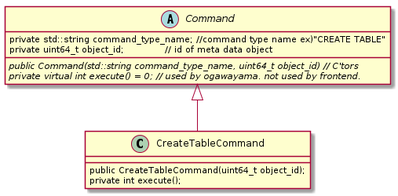
Earlier version of the PlantUML export docs/design/img/out/Command/Command.png (project-tsurugi/tsurugi_fdw).
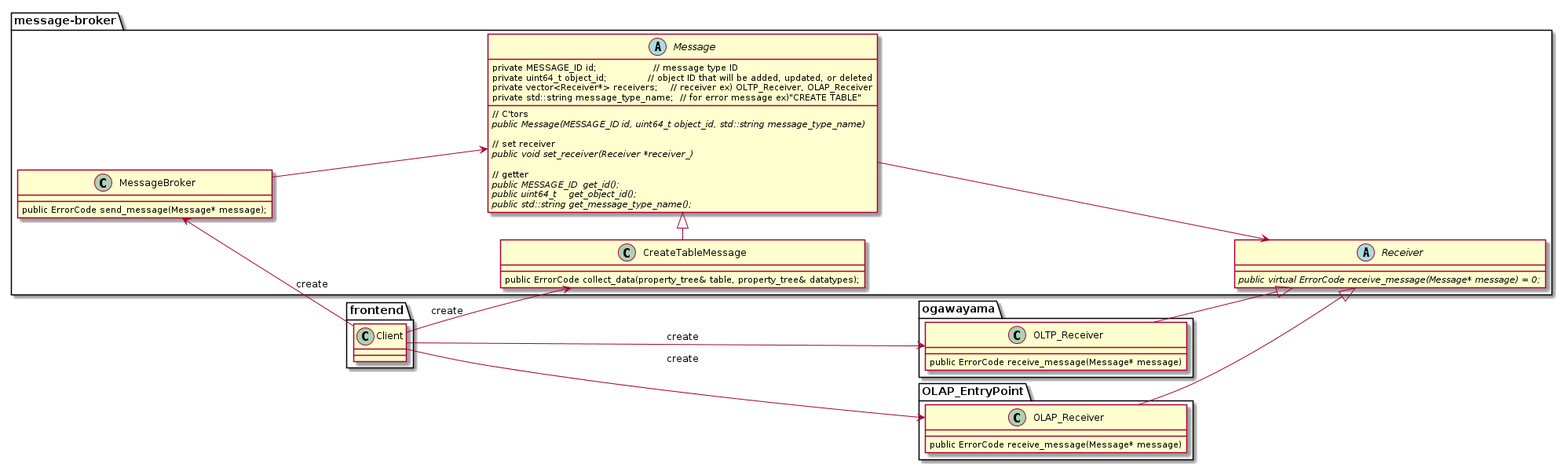
After the commit.

Diff of the diagram source:
```diff
@@ -1,18 +1,67 @@
 @startuml
+left to right direction
 
-Command <|-- CreateTableCommand
+package message-broker {
+  abstract class Receiver {
+    {abstract} public virtual ErrorCode receive_message(Message* message) = 0;
+  }
 
-abstract class Command{
-	{field} private std::string command_type_name; //command type name ex)"CREATE TABLE"
-	{field} private uint64_t object_id;             // id of meta data object
+  abstract class Message{
+  	{field} private MESSAGE_ID id;                  // message type ID
+  	{field} private uint64_t object_id;             // object ID that will be added, updated, or deleted
+  	{field} private vector<Receiver*> receivers;    // receiver ex) OLTP_Receiver, OLAP_Receiver
+  	{field} private std::string message_type_name;  // for error message ex)"CREATE TABLE"
+    {method}// C'tors
+  	{method}{abstract} public Message(MESSAGE_ID id, uint64_t object_id, std::string message_type_name)
+    {method}
+    {method}// set receiver
+  	{method}{abstract} public void set_receiver(Receiver *receiver_)
+    {method}
+    {method}// getter
+  	{method}{abstract} public MESSAGE_ID  get_id();
+  	{method}{abstract} public uint64_t    get_object_id();
+  	{method}{abstract} public std::string get_message_type_name();
+  }
 
-	{abstract} public Command(std::string command_type_name, uint64_t object_id) // C'tors
-    {abstract} private virtual int execute() = 0; // used by ogawayama. not used by frontend.
+  class CreateTableMessage {
+    public ErrorCode collect_data(property_tree& table, property_tree& datatypes);
+  }
+
+  class MessageBroker {
+    public ErrorCode send_message(Message* message);
+  }
 }
 
-class CreateTableCommand{
-	public CreateTableCommand(uint64_t object_id);
-    private int execute();
+package ogawayama {
+  class OLTP_Receiver {
+    public ErrorCode receive_message(Message* message)
+  }
 }
 
+package OLAP_EntryPoint {
+  class OLAP_Receiver {
+    public ErrorCode receive_message(Message* message)
+  }
+}
+
+package frontend {
+  class Client {
+  }
+
+}
+
+OLTP_Receiver --|> Receiver
+
+MessageBroker --> Message
+Message --> Receiver
+
+Message <|- CreateTableMessage
+
+Client --> CreateTableMessage : create
+Client --> OLTP_Receiver : create
+MessageBroker <-- Client : create
+
+OLAP_Receiver --|> Receiver
+Client --> OLAP_Receiver : create
+
 @enduml
```
